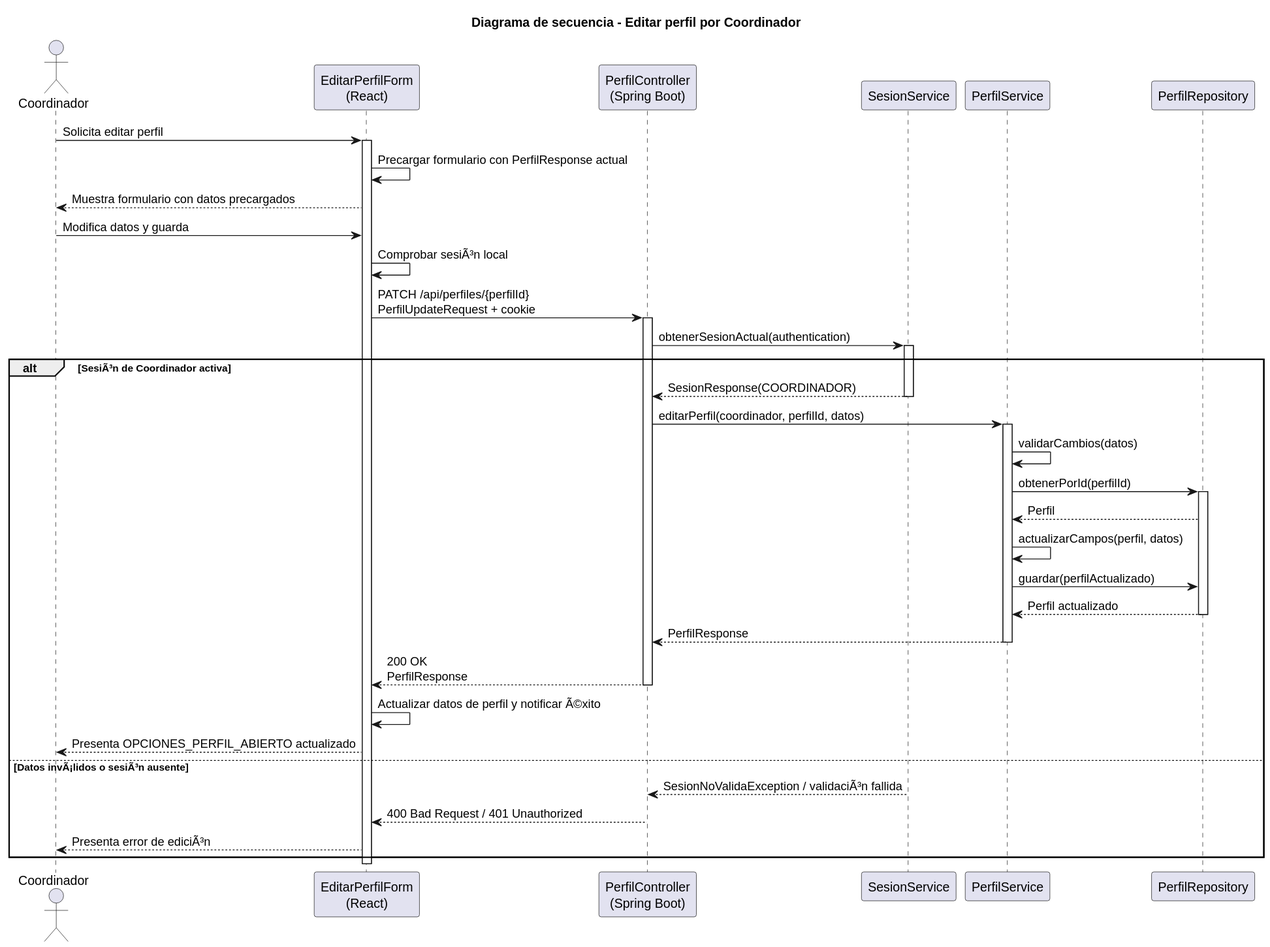
Before: images/RUP/02-diseño/casos-uso/coordinador/editarPerfil/secuencia.svg, a diagram exported from PlantUML (beatriizorozco/25-26-idsw2-sdVC).
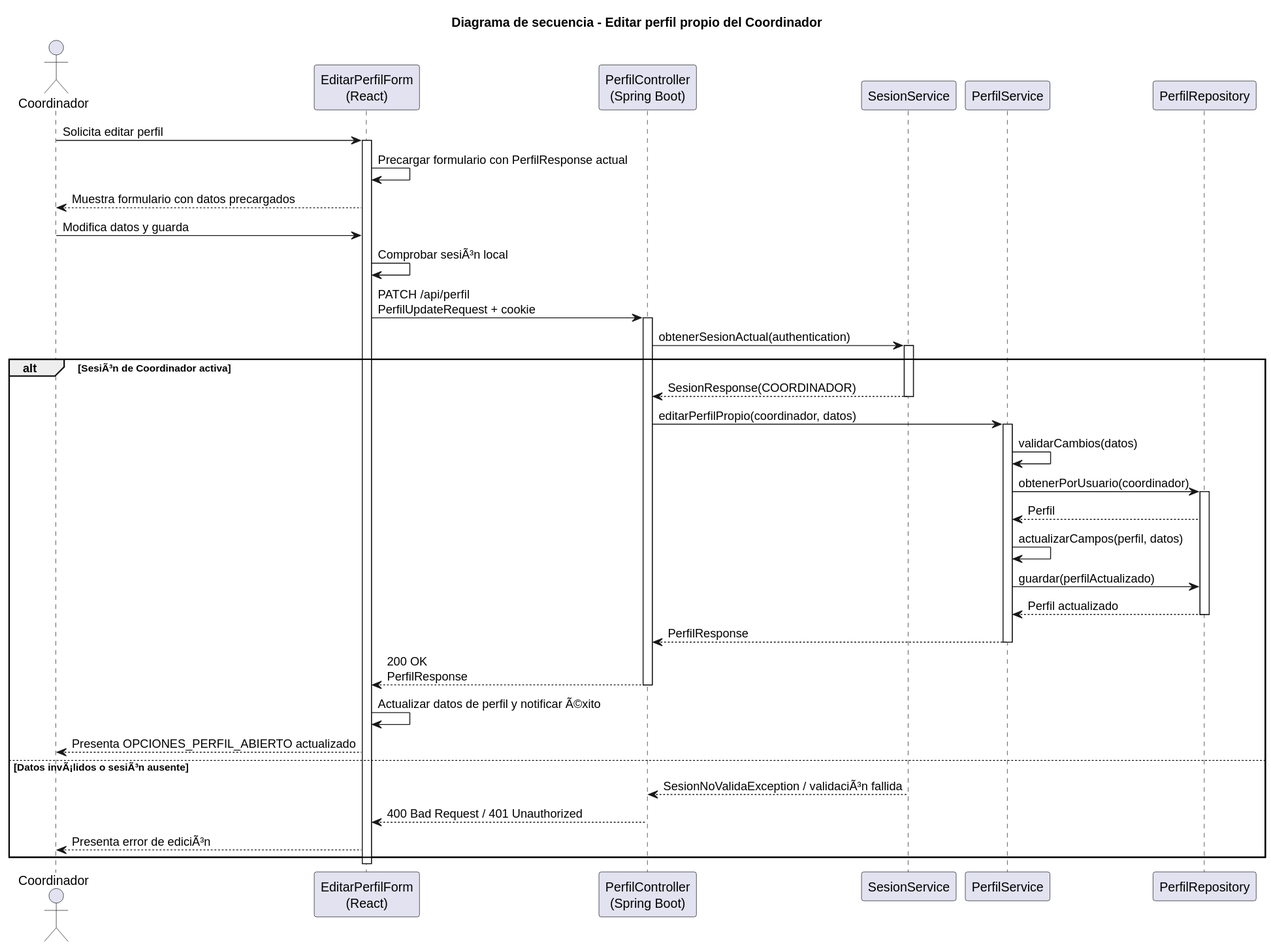
The same file after the commit.

The edit, as a diff of the source:
```diff
@@ -1,5 +1,5 @@
 @startuml
-title Diagrama de secuencia - Editar perfil por Coordinador
+title Diagrama de secuencia - Editar perfil propio del Coordinador
 
 actor Coordinador
 participant "EditarPerfilForm\n(React)" as Frontend
@@ -14,17 +14,17 @@
 Frontend --> Coordinador: Muestra formulario con datos precargados
 Coordinador -> Frontend: Modifica datos y guarda
 Frontend -> Frontend: Comprobar sesiÃ³n local
-Frontend -> Api: PATCH /api/perfiles/{perfilId}\nPerfilUpdateRequest + cookie
+Frontend -> Api: PATCH /api/perfil\nPerfilUpdateRequest + cookie
 activate Api
 Api -> Sesion: obtenerSesionActual(authentication)
 activate Sesion
 alt SesiÃ³n de Coordinador activa
     Sesion --> Api: SesionResponse(COORDINADOR)
     deactivate Sesion
-    Api -> PerfilService: editarPerfil(coordinador, perfilId, datos)
+    Api -> PerfilService: editarPerfilPropio(coordinador, datos)
     activate PerfilService
     PerfilService -> PerfilService: validarCambios(datos)
-    PerfilService -> PerfilRepository: obtenerPorId(perfilId)
+    PerfilService -> PerfilRepository: obtenerPorUsuario(coordinador)
     activate PerfilRepository
     PerfilRepository --> PerfilService: Perfil
     PerfilService -> PerfilService: actualizarCampos(perfil, datos)
```
